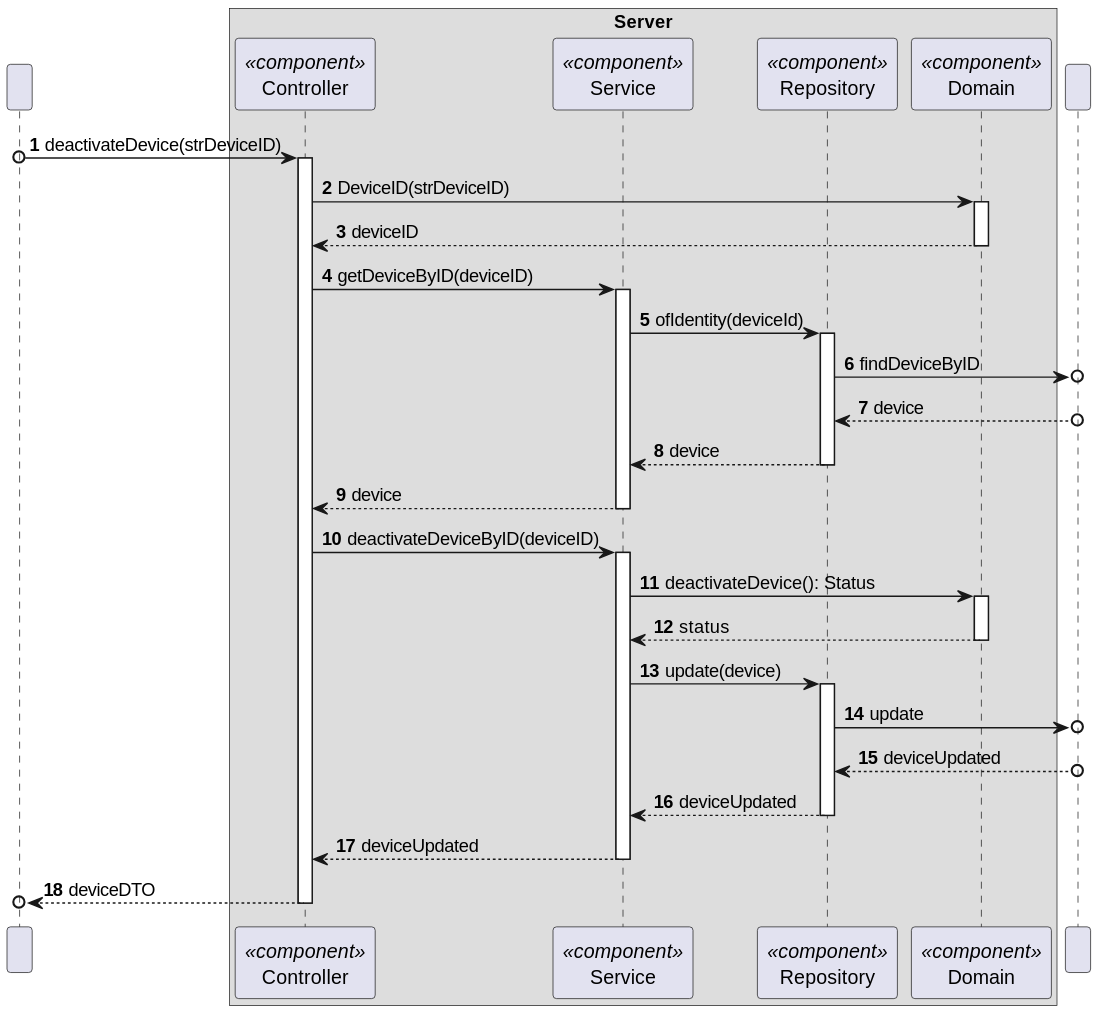
The PlantUML diagram docs/C4_4plus1_models/Level4/ProcessView/ProcessViewLevel4_UC08_v1.svg in moutajDev/smarthome, before a commit.
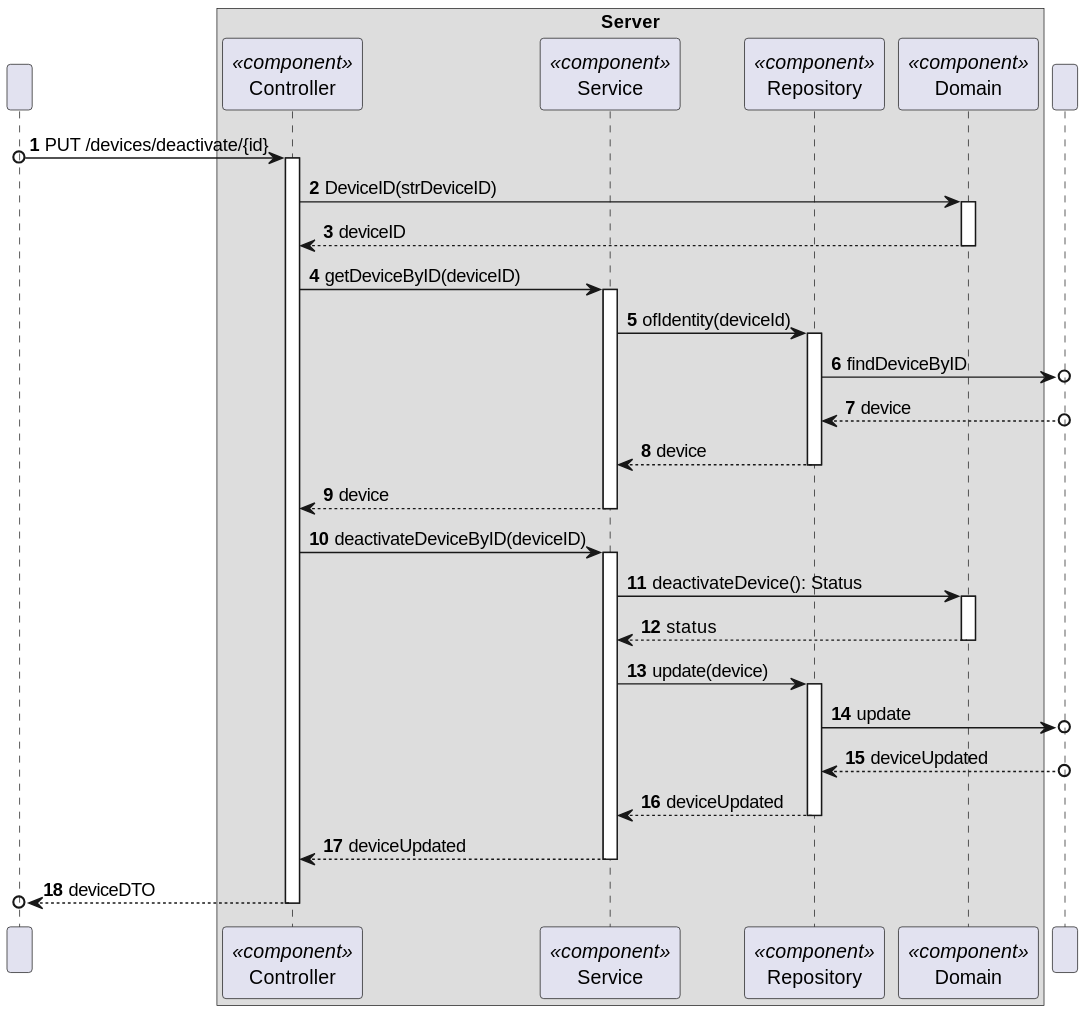
Later version of the same file.

What changed in the source:
```diff
@@ -15,7 +15,7 @@
 
 
 
-HTTP o-> CTRL : deactivateDevice(strDeviceID)
+HTTP o-> CTRL : PUT /devices/deactivate/{id}
 activate CTRL
 
 CTRL -> DOM: DeviceID(strDeviceID)
```
